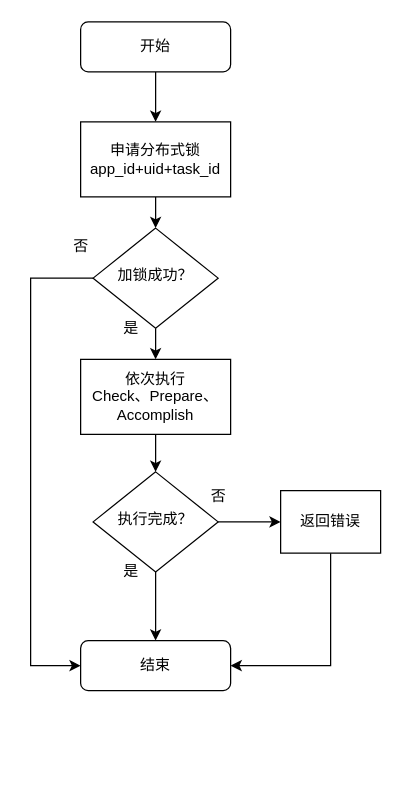
Hui4401/file keeps this draw.io diagram as drawio/tasksdk执行任务.drawio. Above is the earlier version. Source tidied: cells renumbered, new cells numbered last; positions are measured from the earlier drawing's top-left corner, leaving out a move shared by most shapes. Both pictures are drawn from the tidied source at 125%, with x=0, y=0 at pixel (30, 21).
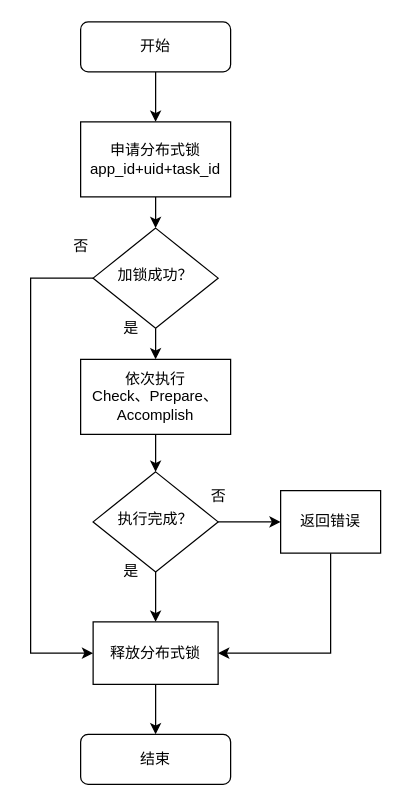
After the change.

Commit message:
更新tasksdk执行任务.drawio

Unchanged cells that the change refers to:
```xml
<mxCell id="6" value="加锁成功？" style="rhombus;whiteSpace=wrap;html=1;shadow=0;fontFamily=Helvetica;fontSize=12;align=center;strokeWidth=1;spacing=6;spacingTop=-4;" parent="1" vertex="1">
  <mxGeometry x="50" y="165" width="100" height="80" as="geometry" />
</mxCell>
<mxCell id="9" value="执行完成？" style="rhombus;whiteSpace=wrap;html=1;shadow=0;fontFamily=Helvetica;fontSize=12;align=center;strokeWidth=1;spacing=6;spacingTop=-4;" parent="1" vertex="1">
  <mxGeometry x="50" y="360" width="100" height="80" as="geometry" />
</mxCell>
<mxCell id="18" value="返回错误" style="rounded=0;whiteSpace=wrap;html=1;" parent="1" vertex="1">
  <mxGeometry x="200" y="375" width="80" height="50" as="geometry" />
</mxCell>
```

Diff of the diagram source:
```diff
@@
-    <mxCell id="4" style="edgeStyle=orthogonalEdgeStyle;rounded=0;jettySize=auto;html=1;entryX=0;entryY=0.5;entryDx=0;entryDy=0;" parent="1" edge="1" source="6" target="10">
+    <mxCell id="4" style="edgeStyle=orthogonalEdgeStyle;rounded=0;jettySize=auto;html=1;entryX=0;entryY=0.5;entryDx=0;entryDy=0;" parent="1" edge="1" source="6" target="23">
       <mxGeometry relative="1" as="geometry">
         <Array as="points">
           <mxPoint y="205" />
-          <mxPoint y="515" />
+          <mxPoint y="505" />
         </Array>
       </mxGeometry>
     </mxCell>
@@
-    <mxCell id="7" style="edgeStyle=orthogonalEdgeStyle;rounded=0;jettySize=auto;html=1;exitX=0.5;exitY=1;exitDx=0;exitDy=0;" parent="1" edge="1" source="9" target="10">
-      <mxGeometry relative="1" as="geometry" />
-    </mxCell>
@@
+    <mxCell id="21" style="edgeStyle=orthogonalEdgeStyle;rounded=0;jettySize=auto;html=1;" parent="1" edge="1" source="9" target="23">
+      <mxGeometry relative="1" as="geometry" />
+    </mxCell>
@@
     <mxCell id="10" value="结束" style="rounded=1;whiteSpace=wrap;html=1;fontSize=12;glass=0;strokeWidth=1;shadow=0;" parent="1" vertex="1">
-      <mxGeometry x="40" y="495" width="120" height="40" as="geometry" />
+      <mxGeometry x="40" y="570" width="120" height="40" as="geometry" />
     </mxCell>
@@
-    <mxCell id="17" style="edgeStyle=orthogonalEdgeStyle;rounded=0;jettySize=auto;html=1;entryX=1;entryY=0.5;entryDx=0;entryDy=0;" parent="1" edge="1" source="18" target="10">
+    <mxCell id="17" style="edgeStyle=orthogonalEdgeStyle;rounded=0;jettySize=auto;html=1;entryX=1;entryY=0.5;entryDx=0;entryDy=0;" parent="1" edge="1" source="18" target="23">
       <mxGeometry relative="1" as="geometry">
         <Array as="points">
-          <mxPoint x="240" y="515" />
+          <mxPoint x="240" y="505" />
         </Array>
       </mxGeometry>
     </mxCell>
@@
+    <mxCell id="22" style="edgeStyle=orthogonalEdgeStyle;rounded=0;jettySize=auto;html=1;" parent="1" edge="1" source="23" target="10">
+      <mxGeometry relative="1" as="geometry" />
+    </mxCell>
+    <mxCell id="23" value="释放分布式锁" style="rounded=0;whiteSpace=wrap;html=1;" parent="1" vertex="1">
+      <mxGeometry x="50" y="480" width="100" height="50" as="geometry" />
+    </mxCell>
```
